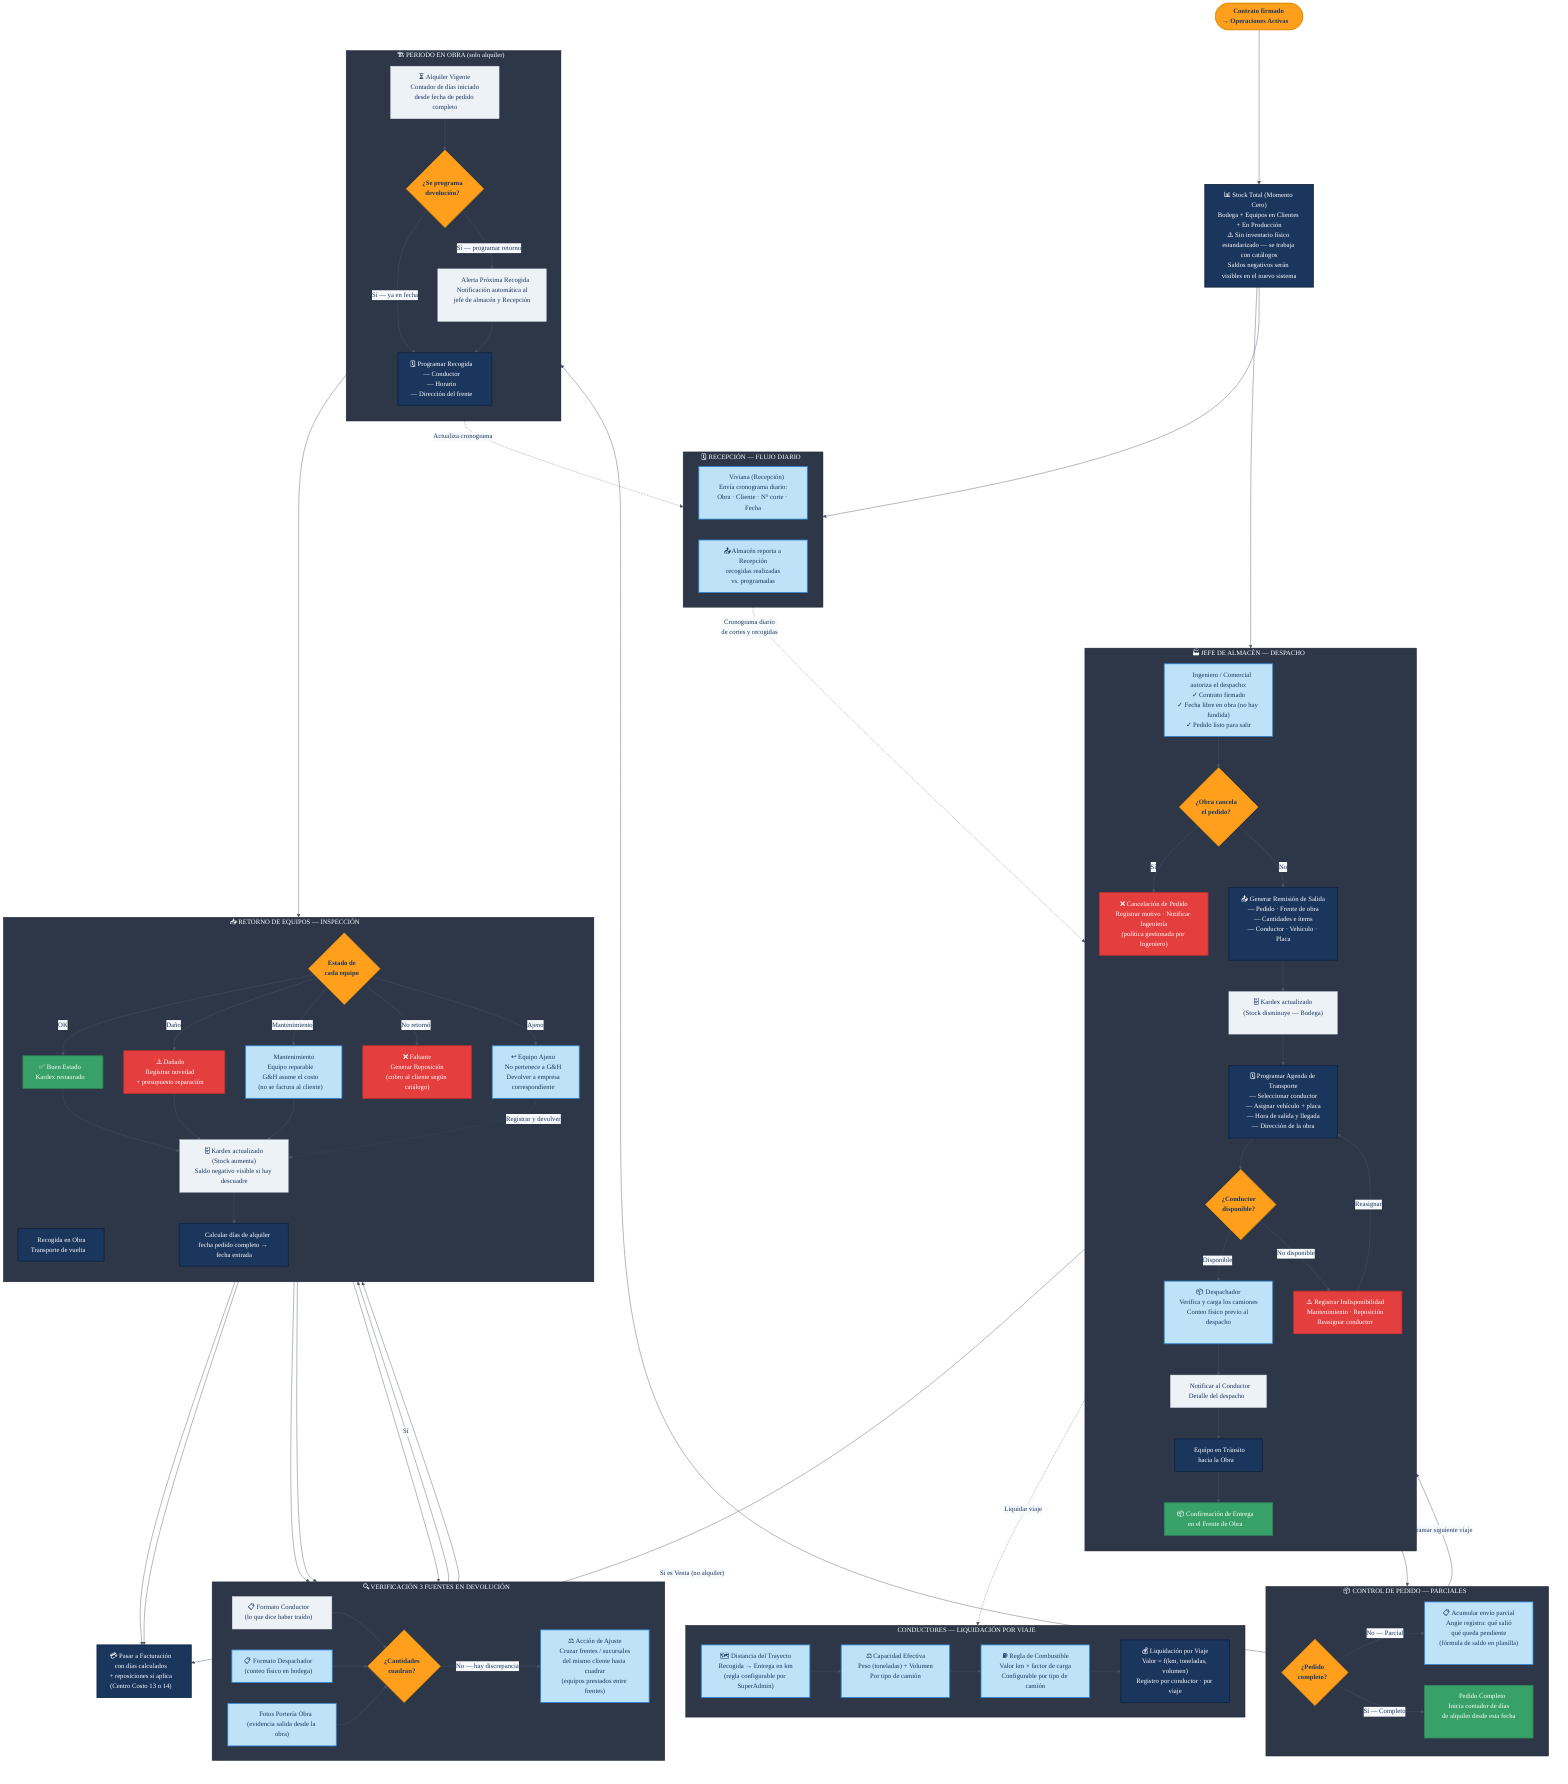
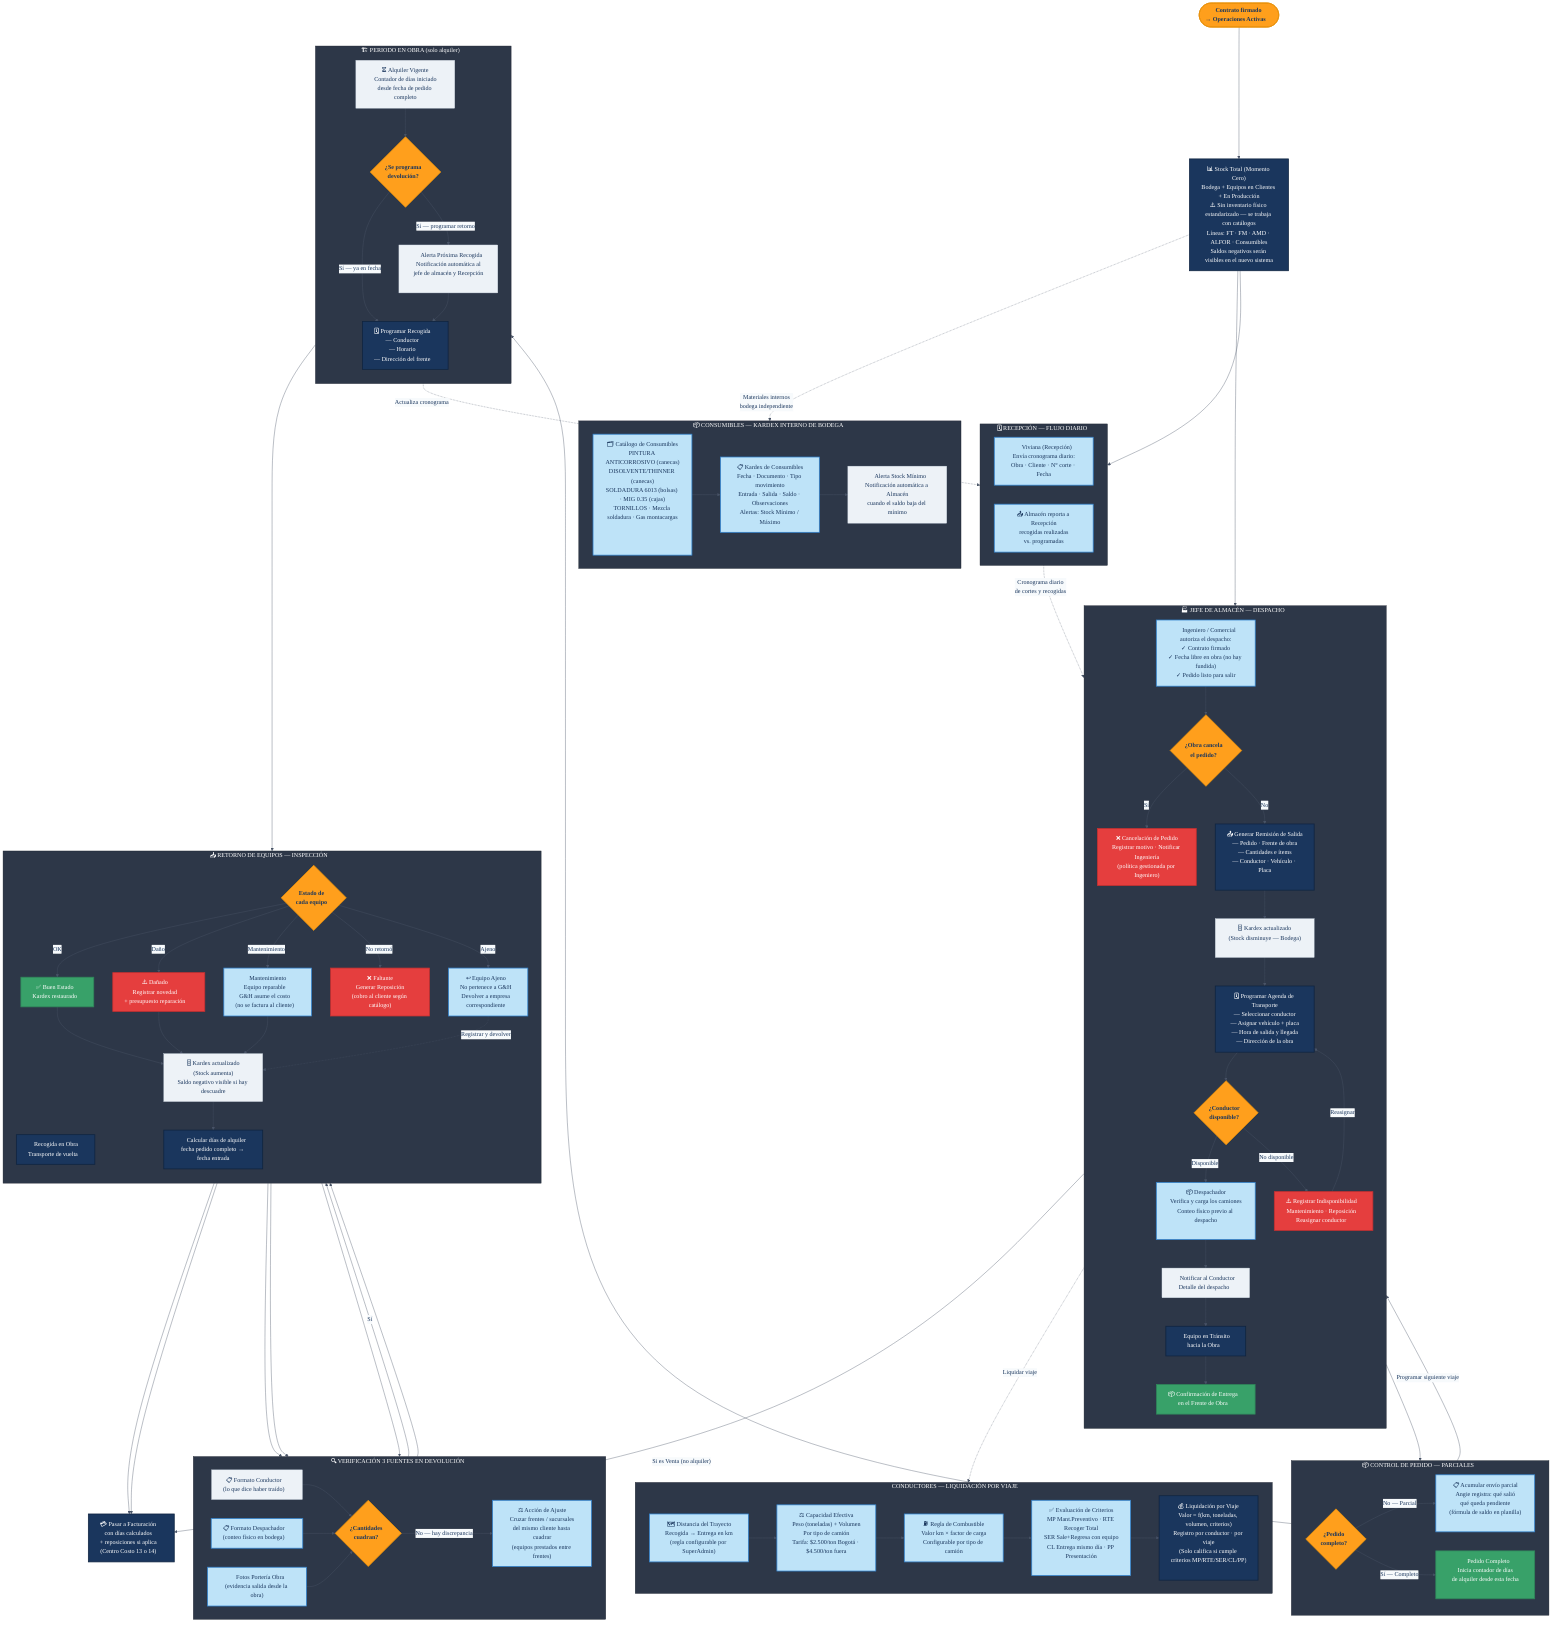
%%{init: {
  'theme': 'base',
  'themeVariables': {
    'primaryColor': '#1A365D',
    'primaryTextColor': '#FFFFFF',
    'primaryBorderColor': '#1A365D',
    'lineColor': '#4A5568',
    'secondaryColor': '#EDF2F7',
    'clusterBkg': '#2D3748',
    'clusterBorder': '#1A202C',
    'titleColor': '#FFFFFF',
    'edgeLabelBackground': '#F7FAFC',
    'fontFamily': 'Montserrat, sans-serif'
  }
}}%%

flowchart TD
    classDef azul       fill:#1A365D,color:#FFFFFF,stroke:#0F2440,stroke-width:2px
    classDef naranja     fill:#FF9F1C,color:#1A365D,stroke:#E8910A,stroke-width:2px,font-weight:bold
    classDef grisClaro   fill:#EDF2F7,color:#1A365D,stroke:#CBD5E0,stroke-width:1px
    classDef exito       fill:#38A169,color:#FFFFFF,stroke:#2F855A,stroke-width:2px
    classDef peligro     fill:#E53E3E,color:#FFFFFF,stroke:#C53030,stroke-width:2px
    classDef nuevo       fill:#BEE3F8,color:#1A365D,stroke:#3182CE,stroke-width:2px

    linkStyle default color:#1A365D

    INICIO(["📝 Contrato firmado\n→ Operaciones Activas"]):::naranja

    %% STOCK TOTAL
-     KARDEX_TOTAL["📊 Stock Total (Momento Cero)\nBodega + Equipos en Clientes + En Producción\n⚠️ Sin inventario físico estandarizado — se trabaja con catálogos\nSaldos negativos serán visibles en el nuevo sistema"]:::azul
+     KARDEX_TOTAL["📊 Stock Total (Momento Cero)\nBodega + Equipos en Clientes + En Producción\n⚠️ Sin inventario físico estandarizado — se trabaja con catálogos\nLíneas: FT · FM · AMD · ALFOR · Consumibles\nSaldos negativos serán visibles en el nuevo sistema"]:::azul

    %% CRONOGRAMA DIARIO RECEPCIÓN
    subgraph CRONOGRAMA["🗓️  RECEPCIÓN — FLUJO DIARIO"]
        direction LR
        VIVIANA["📅 Viviana (Recepción)\nEnvía cronograma diario:\nObra · Cliente · N° corte · Fecha"]:::nuevo
        RECOG_REPORT["📤 Almacén reporta a Recepción\nrecogidas realizadas\nvs. programadas"]:::nuevo
    end

    %% AUTORIZACIÓN Y DESPACHO
    subgraph ALMACEN["🏭  JEFE DE ALMACÉN — DESPACHO"]
        direction TB
        INGENIERO["👷 Ingeniero / Comercial\nautoriza el despacho:\n✓ Contrato firmado\n✓ Fecha libre en obra (no hay fundida)\n✓ Pedido listo para salir"]:::nuevo
        CANCELQ{"¿Obra cancela\nel pedido?"}:::naranja
        CANCELACION["❌ Cancelación de Pedido\nRegistrar motivo · Notificar Ingeniería\n(política gestionada por Ingeniero)"]:::peligro
        REMSAL["📤 Generar Remisión de Salida\n― Pedido · Frente de obra\n― Cantidades e ítems\n― Conductor · Vehículo · Placa"]:::azul
        KARDEX_OUT["🗄️ Kardex actualizado\n(Stock disminuye — Bodega)"]:::grisClaro
        AGENDA["🗓️ Programar Agenda de Transporte\n― Seleccionar conductor\n― Asignar vehículo + placa\n― Hora de salida y llegada\n― Dirección de la obra"]:::azul
        NOTIF_COND["🔔 Notificar al Conductor\nDetalle del despacho"]:::grisClaro
        INDISP_Q{"¿Conductor\ndisponible?"}:::naranja
        INDISP["⚠️ Registrar Indisponibilidad\nMantenimiento · Reposición\nReasignar conductor"]:::peligro
        DESP_CARGA["📦 Despachador\nVerifica y carga los camiones\nConteo físico previo al despacho"]:::nuevo
        DESPACHO["🚛 Equipo en Tránsito\nhacia la Obra"]:::azul
        ENTREGA["📦 Confirmación de Entrega\nen el Frente de Obra"]:::exito
    end

    %% CONTROL DE PEDIDOS PARCIALES
    subgraph PARCIALES["📦  CONTROL DE PEDIDO — PARCIALES"]
        direction LR
        PEDIDOQ{"¿Pedido\ncompleto?"}:::naranja
        PARCIAL_ACU["📋 Acumular envío parcial\nAngie registra: qué salió\nqué queda pendiente\n(fórmula de saldo en planilla)"]:::nuevo
        ALQUILER_INI["📅 Pedido Completo\nInicia contador de días\nde alquiler desde esta fecha"]:::exito
    end

    %% PERÍODO EN OBRA
    subgraph OBRA["🏗️  PERIODO EN OBRA (solo alquiler)"]
        direction TB
        ALQUILER_VIGENTE["⏳ Alquiler Vigente\nContador de días iniciado\ndesde fecha de pedido completo"]:::grisClaro
        DEVQ{"¿Se programa\ndevolución?"}:::naranja
        NOTIF_DEV["🔔 Alerta Próxima Recogida\nNotificación automática al\njefe de almacén y Recepción"]:::grisClaro
        AGENDA_REC["🗓️ Programar Recogida\n― Conductor\n― Horario\n― Dirección del frente"]:::azul
    end

    %% VERIFICACIÓN 3 FUENTES
    subgraph VERIFICACION["🔍  VERIFICACIÓN 3 FUENTES EN DEVOLUCIÓN"]
        direction LR
        VF1["📋 Formato Conductor\n(lo que dice haber traído)"]:::grisClaro
        VF2["📋 Formato Despachador\n(conteo físico en bodega)"]:::nuevo
        VF3["📸 Fotos Portería Obra\n(evidencia salida desde la obra)"]:::nuevo
        CUADRAQ{"¿Cantidades\ncuadran?"}:::naranja
        AJUSTE["⚖️ Acción de Ajuste\nCruzar frentes / sucursales\ndel mismo cliente hasta cuadrar\n(equipos prestados entre frentes)"]:::nuevo
    end

    %% RETORNO DE EQUIPOS
    subgraph RETORNO["📥  RETORNO DE EQUIPOS — INSPECCIÓN"]
        direction TB
        RECOGIDA["🚛 Recogida en Obra\nTransporte de vuelta"]:::azul
        ITEMQ{"Estado de\ncada equipo"}:::naranja
        ITEM_OK["✅ Buen Estado\nKardex restaurado"]:::exito
        ITEM_DAÑ["⚠️ Dañado\nRegistrar novedad\n+ presupuesto reparación"]:::peligro
        ITEM_MANT["🔧 Mantenimiento\nEquipo reparable\nG&H asume el costo\n(no se factura al cliente)"]:::nuevo
        ITEM_FALT["❌ Faltante\nGenerar Reposición\n(cobro al cliente según catálogo)"]:::peligro
        ITEM_AJENO["↩️ Equipo Ajeno\nNo pertenece a G&H\nDevolver a empresa\ncorrespondiente"]:::nuevo
        KARDEX_IN["🗄️ Kardex actualizado\n(Stock aumenta)\nSaldo negativo visible si hay descuadre"]:::grisClaro
        DIAS["📅 Calcular días de alquiler\nfecha pedido completo → fecha entrada"]:::azul
    end

    %% LIQUIDACIÓN CONDUCTORES
    subgraph CONDUCTORES["🚛  CONDUCTORES — LIQUIDACIÓN POR VIAJE"]
        direction LR
        CALC_KM["🗺️ Distancia del Trayecto\nRecogida → Entrega en km\n(regla configurable por SuperAdmin)"]:::nuevo
-         CALC_CARGA["⚖️ Capacidad Efectiva\nPeso (toneladas) + Volumen\nPor tipo de camión"]:::nuevo
+         CALC_CARGA["⚖️ Capacidad Efectiva\nPeso (toneladas) + Volumen\nPor tipo de camión\nTarifa: $2.500/ton Bogotá · $4.500/ton fuera"]:::nuevo
        CALC_COMB["⛽ Regla de Combustible\nValor km × factor de carga\nConfigurable por tipo de camión"]:::nuevo
-         CALC_LIQ["💰 Liquidación por Viaje\nValor = f(km, toneladas, volumen)\nRegistro por conductor · por viaje"]:::azul
+         CALC_CRIT["✅ Evaluación de Criterios\nMP Mant.Preventivo · RTE Recoger Total\nSER Sale+Regresa con equipo\nCL Entrega mismo día · PP Presentación"]:::nuevo
+         CALC_LIQ["💰 Liquidación por Viaje\nValor = f(km, toneladas, volumen, criterios)\nRegistro por conductor · por viaje\n(Solo califica si cumple criterios MP/RTE/SER/CL/PP)"]:::azul
+     end
+ 
+     %% KARDEX CONSUMIBLES
+     subgraph CONSUMIBLES_BODEGA["📦  CONSUMIBLES — KARDEX INTERNO DE BODEGA"]
+         direction LR
+         CONS_CAT["🗂️ Catálogo de Consumibles\nPINTURA ANTICORROSIVO (canecas)\nDISOLVENTE/THINNER (canecas)\nSOLDADURA 6013 (bolsas) · MIG 0.35 (cajas)\nTORNILLOS · Mezcla soldadura · Gas montacargas"]:::nuevo
+         CONS_KX["📋 Kardex de Consumibles\nFecha · Documento · Tipo movimiento\nEntrada · Salida · Saldo · Observaciones\nAlertas: Stock Mínimo / Máximo"]:::nuevo
+         CONS_ALERTA["🔔 Alerta Stock Mínimo\nNotificación automática a Almacén\ncuando el saldo baja del mínimo"]:::grisClaro
+         CONS_CAT --> CONS_KX --> CONS_ALERTA
    end

    %% FACTURACIÓN
    FAC["💳 Pasar a Facturación\ncon días calculados\n+ reposiciones si aplica\n(Centro Costo 13 o 14)"]:::azul

    %% ── FLUJO PRINCIPAL
    INICIO --> KARDEX_TOTAL
    KARDEX_TOTAL --> VIVIANA
    KARDEX_TOTAL --> INGENIERO
    VIVIANA -.->|"Cronograma diario\nde cortes y recogidas"| INGENIERO

    INGENIERO --> CANCELQ
    CANCELQ -->|"Sí"| CANCELACION
    CANCELQ -->|"No"| REMSAL

    REMSAL --> KARDEX_OUT
    KARDEX_OUT --> AGENDA
    AGENDA --> INDISP_Q
    INDISP_Q -->|"Disponible"| DESP_CARGA
    INDISP_Q -->|"No disponible"| INDISP
    INDISP -->|"Reasignar"| AGENDA
    DESP_CARGA --> NOTIF_COND
    NOTIF_COND --> DESPACHO
    DESPACHO --> ENTREGA

    ENTREGA -.->|"Liquidar viaje"| CALC_KM
    CALC_KM --> CALC_CARGA
    CALC_CARGA --> CALC_COMB
-     CALC_COMB --> CALC_LIQ
+     CALC_COMB --> CALC_CRIT
+     CALC_CRIT --> CALC_LIQ

    ENTREGA --> PEDIDOQ
    PEDIDOQ -->|"No — Parcial"| PARCIAL_ACU
    PARCIAL_ACU -->|"Programar siguiente viaje"| AGENDA
    PEDIDOQ -->|"Sí — Completo"| ALQUILER_INI

    ALQUILER_INI --> ALQUILER_VIGENTE
    ALQUILER_VIGENTE --> DEVQ
    DEVQ -->|"Sí — programar retorno"| NOTIF_DEV
    DEVQ -->|"Sí — ya en fecha"| AGENDA_REC
    NOTIF_DEV --> AGENDA_REC
    AGENDA_REC --> RECOGIDA
    AGENDA_REC -.->|"Actualiza cronograma"| RECOG_REPORT

    RECOGIDA --> VF1 & VF2 & VF3
    VF1 & VF2 & VF3 --> CUADRAQ
    CUADRAQ -->|"Sí"| ITEMQ
    CUADRAQ -->|"No — hay discrepancia"| AJUSTE
    AJUSTE --> ITEMQ

    ITEMQ -->|"OK"| ITEM_OK
    ITEMQ -->|"Daño"| ITEM_DAÑ
    ITEMQ -->|"Mantenimiento"| ITEM_MANT
    ITEMQ -->|"No retornó"| ITEM_FALT
    ITEMQ -->|"Ajeno"| ITEM_AJENO

    ITEM_OK --> KARDEX_IN
    ITEM_DAÑ --> KARDEX_IN
    ITEM_MANT --> KARDEX_IN
    ITEM_FALT --> FAC
    ITEM_AJENO -.->|"Registrar y devolver"| KARDEX_IN
    KARDEX_IN --> DIAS
    DIAS --> FAC

    ENTREGA -->|"Si es Venta (no alquiler)"| FAC
+ 
+     KARDEX_TOTAL -.->|"Materiales internos\nbodega independiente"| CONS_CAT
